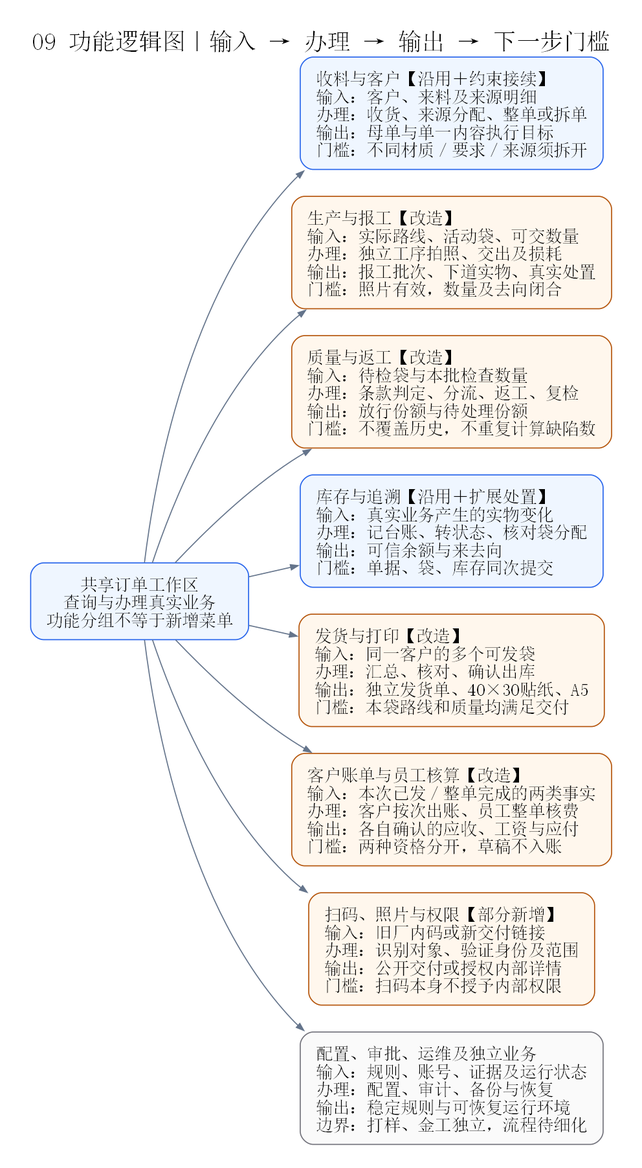
The Graphviz diagram docs/diagrams/system-review/09-functional-logic.png in sxliuchen-hash/zhubao-ERP, before a commit. Its source is kept beside it as docs/diagrams/system-review/09-functional-logic.dot.
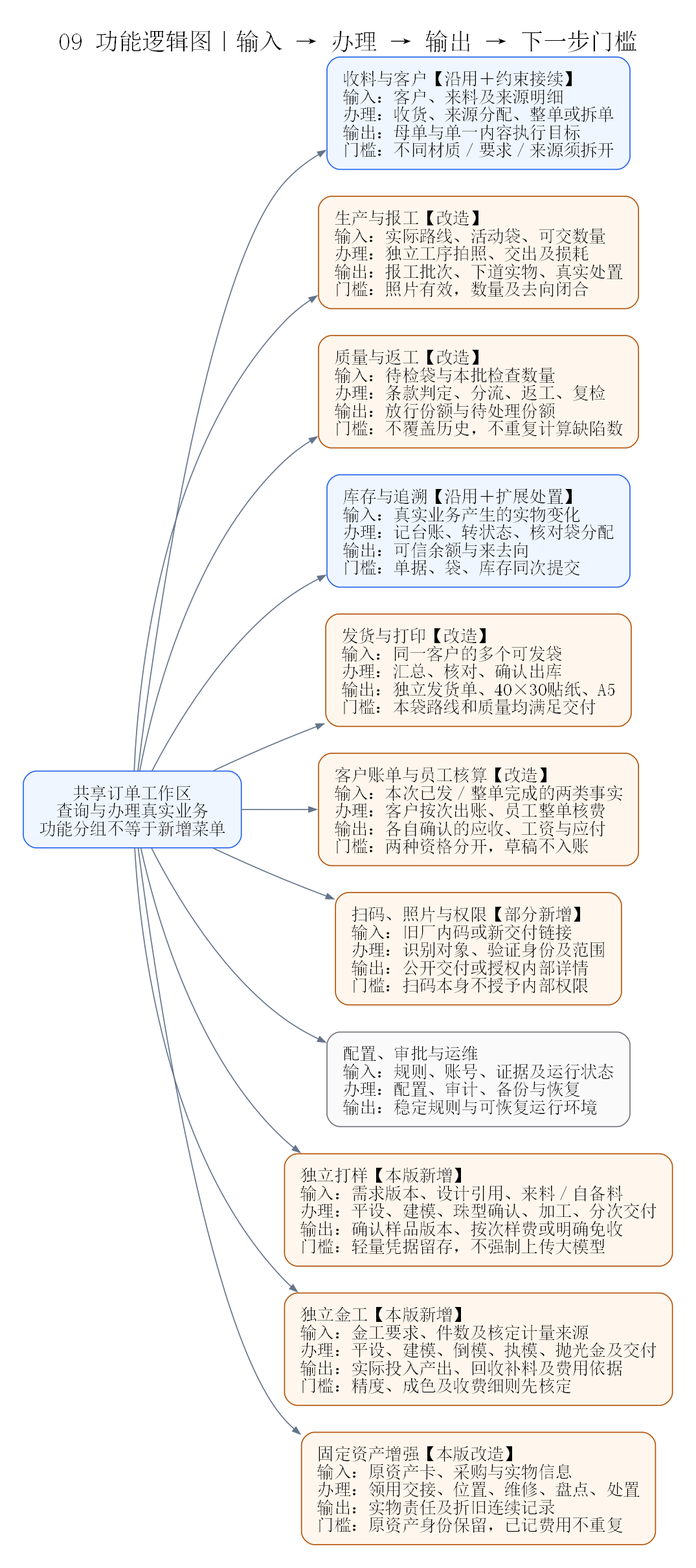
The same diagram one commit later.

Change to the diagram source:
```diff
@@ -10,7 +10,11 @@
   shipment [label="发货与打印【改造】\l输入：同一客户的多个可发袋\l办理：汇总、核对、确认出库\l输出：独立发货单、40×30贴纸、A5\l门槛：本袋路线和质量均满足交付\l",color="#b45309",fillcolor="#fff7ed"];
   finance [label="客户账单与员工核算【改造】\l输入：本次已发／整单完成的两类事实\l办理：客户按次出账、员工整单核费\l输出：各自确认的应收、工资与应付\l门槛：两种资格分开，草稿不入账\l",color="#b45309",fillcolor="#fff7ed"];
   access [label="扫码、照片与权限【部分新增】\l输入：旧厂内码或新交付链接\l办理：识别对象、验证身份及范围\l输出：公开交付或授权内部详情\l门槛：扫码本身不授予内部权限\l",color="#b45309",fillcolor="#fff7ed"];
-  supporting [label="配置、审批、运维及独立业务\l输入：规则、账号、证据及运行状态\l办理：配置、审计、备份与恢复\l输出：稳定规则与可恢复运行环境\l边界：打样、金工独立，流程待细化\l",color="#71717a",fillcolor="#fafafa"];
+  supporting [label="配置、审批与运维\l输入：规则、账号、证据及运行状态\l办理：配置、审计、备份与恢复\l输出：稳定规则与可恢复运行环境\l",color="#71717a",fillcolor="#fafafa"];
+  sampling [label="独立打样【本版新增】\l输入：需求版本、设计引用、来料／自备料\l办理：平设、建模、珠型确认、加工、分次交付\l输出：确认样品版本、按次样费或明确免收\l门槛：轻量凭据留存，不强制上传大模型\l",color="#b45309",fillcolor="#fff7ed"];
+  goldwork [label="独立金工【本版新增】\l输入：金工要求、件数及核定计量来源\l办理：平设、建模、倒模、执模、抛光金及交付\l输出：实际投入产出、回收补料及费用依据\l门槛：精度、成色及收费细则先核定\l",color="#b45309",fillcolor="#fff7ed"];
+  asset [label="固定资产增强【本版改造】\l输入：原资产卡、采购与实物信息\l办理：领用交接、位置、维修、盘点、处置\l输出：实物责任及折旧连续记录\l门槛：原资产身份保留，已记费用不重复\l",color="#b45309",fillcolor="#fff7ed"];
   root -> intake; root -> production; root -> quality; root -> inventory;
   root -> shipment; root -> finance; root -> access; root -> supporting;
+  root -> sampling; root -> goldwork; root -> asset;
 }
```
